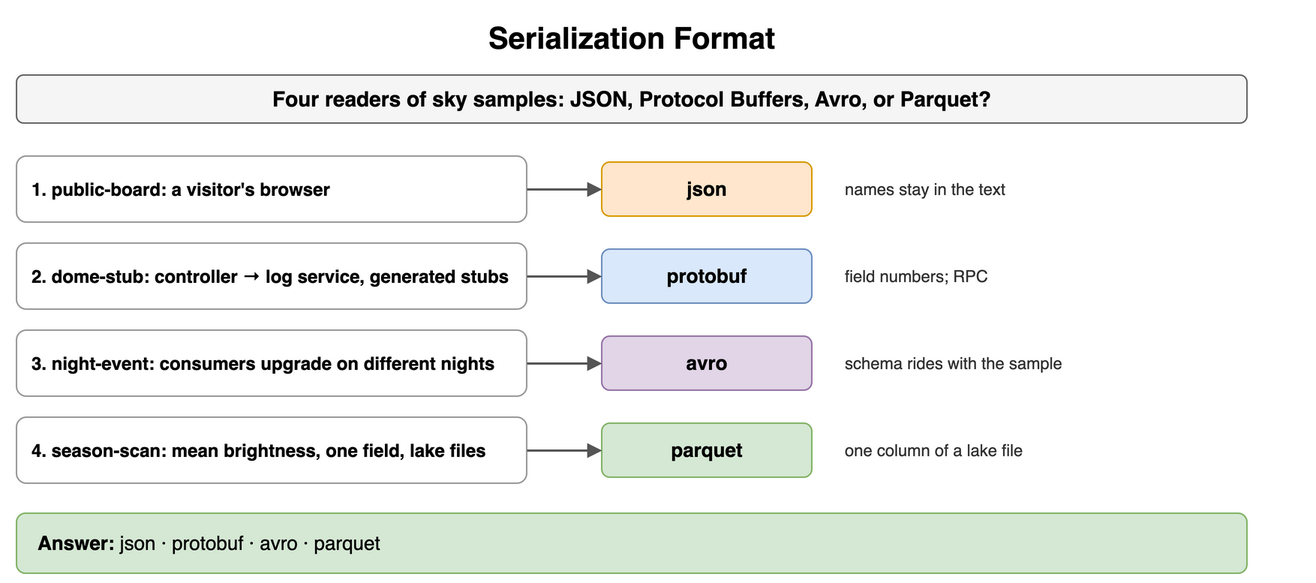
This is content/09_System_Design_Interview/14_Encoding_Serialization_and_Schema_Evolution/diagrams/encoding-drills-1-serialization-format.png from amendez13/swe-study-guide, a draw.io export, as it was before one commit. Source tidied: cells renumbered, new cells last; positions are measured from the earlier drawing's top-left corner, leaving out a move shared by most shapes. The source it was exported from:
```xml
<mxGraphModel>
  <root>
    <mxCell id="0" />
    <mxCell id="1" parent="0" />
    <mxCell id="2" value="Serialization Format" style="text;html=1;align=center;verticalAlign=middle;whiteSpace=wrap;fontSize=20;fontStyle=1;" parent="1" vertex="1">
      <mxGeometry width="820" height="30" as="geometry" />
    </mxCell>
    <mxCell id="3" value="Four readers of sky samples: JSON, Protocol Buffers, Avro, or Parquet?" style="rounded=1;whiteSpace=wrap;html=1;fillColor=#f5f5f5;strokeColor=#666666;fontStyle=1;fontSize=14;" parent="1" vertex="1">
      <mxGeometry y="40" width="820" height="32" as="geometry" />
    </mxCell>
    <mxCell id="4" value="1. public-board: a visitor's browser" style="rounded=1;whiteSpace=wrap;html=1;fillColor=#ffffff;strokeColor=#999999;fontSize=12;align=left;fontStyle=1;spacingLeft=8;" parent="1" vertex="1">
      <mxGeometry y="94" width="340" height="44" as="geometry" />
    </mxCell>
    <mxCell id="5" value="json" style="rounded=1;whiteSpace=wrap;html=1;fillColor=#ffe6cc;strokeColor=#d79b00;fontSize=13;align=center;fontStyle=1;" parent="1" vertex="1">
      <mxGeometry x="390" y="98" width="140" height="36" as="geometry" />
    </mxCell>
    <mxCell id="6" style="endArrow=block;endSize=6;html=1;strokeWidth=1.5;strokeColor=#555555;fontSize=11;labelBackgroundColor=#ffffff;" parent="1" edge="1" source="4" target="5">
      <mxGeometry relative="1" as="geometry" />
    </mxCell>
    <mxCell id="7" value="names stay in the text" style="text;html=1;whiteSpace=wrap;fontSize=11;align=left;verticalAlign=middle;fontSize=11;fontColor=#333333;" parent="1" vertex="1">
      <mxGeometry x="550" y="94" width="310" height="44" as="geometry" />
    </mxCell>
    <mxCell id="8" value="2. dome-stub: controller → log service, generated stubs" style="rounded=1;whiteSpace=wrap;html=1;fillColor=#ffffff;strokeColor=#999999;fontSize=12;align=left;fontStyle=1;spacingLeft=8;" parent="1" vertex="1">
      <mxGeometry y="152" width="340" height="44" as="geometry" />
    </mxCell>
    <mxCell id="9" value="protobuf" style="rounded=1;whiteSpace=wrap;html=1;fillColor=#dae8fc;strokeColor=#6c8ebf;fontSize=13;align=center;fontStyle=1;" parent="1" vertex="1">
      <mxGeometry x="390" y="156" width="140" height="36" as="geometry" />
    </mxCell>
    <mxCell id="10" style="endArrow=block;endSize=6;html=1;strokeWidth=1.5;strokeColor=#555555;fontSize=11;labelBackgroundColor=#ffffff;" parent="1" edge="1" source="8" target="9">
      <mxGeometry relative="1" as="geometry" />
    </mxCell>
    <mxCell id="11" value="field numbers; RPC" style="text;html=1;whiteSpace=wrap;fontSize=11;align=left;verticalAlign=middle;fontSize=11;fontColor=#333333;" parent="1" vertex="1">
      <mxGeometry x="550" y="152" width="310" height="44" as="geometry" />
    </mxCell>
    <mxCell id="12" value="3. night-event: consumers upgrade on different nights" style="rounded=1;whiteSpace=wrap;html=1;fillColor=#ffffff;strokeColor=#999999;fontSize=12;align=left;fontStyle=1;spacingLeft=8;" parent="1" vertex="1">
      <mxGeometry y="210" width="340" height="44" as="geometry" />
    </mxCell>
    <mxCell id="13" value="avro" style="rounded=1;whiteSpace=wrap;html=1;fillColor=#e1d5e7;strokeColor=#9673a6;fontSize=13;align=center;fontStyle=1;" parent="1" vertex="1">
      <mxGeometry x="390" y="214" width="140" height="36" as="geometry" />
    </mxCell>
    <mxCell id="14" style="endArrow=block;endSize=6;html=1;strokeWidth=1.5;strokeColor=#555555;fontSize=11;labelBackgroundColor=#ffffff;" parent="1" edge="1" source="12" target="13">
      <mxGeometry relative="1" as="geometry" />
    </mxCell>
    <mxCell id="15" value="schema rides with the sample" style="text;html=1;whiteSpace=wrap;fontSize=11;align=left;verticalAlign=middle;fontSize=11;fontColor=#333333;" parent="1" vertex="1">
      <mxGeometry x="550" y="210" width="310" height="44" as="geometry" />
    </mxCell>
    <mxCell id="16" value="4. season-scan: mean brightness, one field, lake files" style="rounded=1;whiteSpace=wrap;html=1;fillColor=#ffffff;strokeColor=#999999;fontSize=12;align=left;fontStyle=1;spacingLeft=8;" parent="1" vertex="1">
      <mxGeometry y="268" width="340" height="44" as="geometry" />
    </mxCell>
    <mxCell id="17" value="parquet" style="rounded=1;whiteSpace=wrap;html=1;fillColor=#d5e8d4;strokeColor=#82b366;fontSize=13;align=center;fontStyle=1;" parent="1" vertex="1">
      <mxGeometry x="390" y="272" width="140" height="36" as="geometry" />
    </mxCell>
    <mxCell id="18" style="endArrow=block;endSize=6;html=1;strokeWidth=1.5;strokeColor=#555555;fontSize=11;labelBackgroundColor=#ffffff;" parent="1" edge="1" source="16" target="17">
      <mxGeometry relative="1" as="geometry" />
    </mxCell>
    <mxCell id="19" value="one column of a lake file" style="text;html=1;whiteSpace=wrap;fontSize=11;align=left;verticalAlign=middle;fontSize=11;fontColor=#333333;" parent="1" vertex="1">
      <mxGeometry x="550" y="268" width="310" height="44" as="geometry" />
    </mxCell>
    <mxCell id="20" value="&lt;b&gt;Answer:&lt;/b&gt; json · protobuf · avro · parquet" style="rounded=1;whiteSpace=wrap;html=1;fillColor=#d5e8d4;strokeColor=#82b366;fontSize=13;align=left;spacingLeft=12;" parent="1" vertex="1">
      <mxGeometry y="332" width="820" height="40" as="geometry" />
    </mxCell>
  </root>
</mxGraphModel>
```
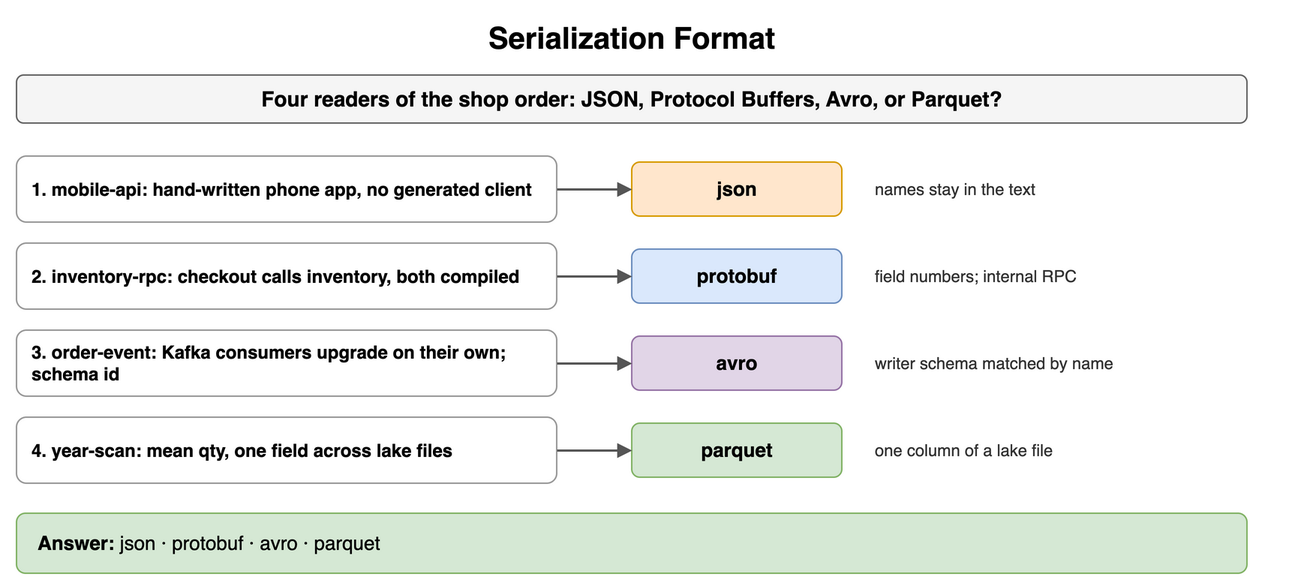
After the commit.

The edit, as a diff of the source:
```diff
@@ -3,13 +3,13 @@
     <mxCell id="0" />
     <mxCell id="1" parent="0" />
     <mxCell id="2" value="Serialization Format" style="text;html=1;align=center;verticalAlign=middle;whiteSpace=wrap;fontSize=20;fontStyle=1;" parent="1" vertex="1">
-      <mxGeometry width="820" height="30" as="geometry" />
+      <mxGeometry x="-20" width="820" height="30" as="geometry" />
     </mxCell>
-    <mxCell id="3" value="Four readers of sky samples: JSON, Protocol Buffers, Avro, or Parquet?" style="rounded=1;whiteSpace=wrap;html=1;fillColor=#f5f5f5;strokeColor=#666666;fontStyle=1;fontSize=14;" parent="1" vertex="1">
-      <mxGeometry y="40" width="820" height="32" as="geometry" />
+    <mxCell id="3" value="Four readers of the shop order: JSON, Protocol Buffers, Avro, or Parquet?" style="rounded=1;whiteSpace=wrap;html=1;fillColor=#f5f5f5;strokeColor=#666666;fontStyle=1;fontSize=14;" parent="1" vertex="1">
+      <mxGeometry x="-20" y="40" width="820" height="32" as="geometry" />
     </mxCell>
-    <mxCell id="4" value="1. public-board: a visitor's browser" style="rounded=1;whiteSpace=wrap;html=1;fillColor=#ffffff;strokeColor=#999999;fontSize=12;align=left;fontStyle=1;spacingLeft=8;" parent="1" vertex="1">
-      <mxGeometry y="94" width="340" height="44" as="geometry" />
+    <mxCell id="4" value="1. mobile-api: hand-written phone app, no generated client" style="rounded=1;whiteSpace=wrap;html=1;fillColor=#ffffff;strokeColor=#999999;fontSize=12;align=left;fontStyle=1;spacingLeft=8;" parent="1" vertex="1">
+      <mxGeometry x="-20" y="94" width="360" height="44" as="geometry" />
     </mxCell>
     <mxCell id="5" value="json" style="rounded=1;whiteSpace=wrap;html=1;fillColor=#ffe6cc;strokeColor=#d79b00;fontSize=13;align=center;fontStyle=1;" parent="1" vertex="1">
       <mxGeometry x="390" y="98" width="140" height="36" as="geometry" />
@@ -18,10 +18,10 @@
       <mxGeometry relative="1" as="geometry" />
     </mxCell>
     <mxCell id="7" value="names stay in the text" style="text;html=1;whiteSpace=wrap;fontSize=11;align=left;verticalAlign=middle;fontSize=11;fontColor=#333333;" parent="1" vertex="1">
-      <mxGeometry x="550" y="94" width="310" height="44" as="geometry" />
+      <mxGeometry x="550" y="94" width="290" height="44" as="geometry" />
     </mxCell>
-    <mxCell id="8" value="2. dome-stub: controller → log service, generated stubs" style="rounded=1;whiteSpace=wrap;html=1;fillColor=#ffffff;strokeColor=#999999;fontSize=12;align=left;fontStyle=1;spacingLeft=8;" parent="1" vertex="1">
-      <mxGeometry y="152" width="340" height="44" as="geometry" />
+    <mxCell id="8" value="2. inventory-rpc: checkout calls inventory, both compiled" style="rounded=1;whiteSpace=wrap;html=1;fillColor=#ffffff;strokeColor=#999999;fontSize=12;align=left;fontStyle=1;spacingLeft=8;" parent="1" vertex="1">
+      <mxGeometry x="-20" y="152" width="360" height="44" as="geometry" />
     </mxCell>
     <mxCell id="9" value="protobuf" style="rounded=1;whiteSpace=wrap;html=1;fillColor=#dae8fc;strokeColor=#6c8ebf;fontSize=13;align=center;fontStyle=1;" parent="1" vertex="1">
       <mxGeometry x="390" y="156" width="140" height="36" as="geometry" />
@@ -29,11 +29,11 @@
     <mxCell id="10" style="endArrow=block;endSize=6;html=1;strokeWidth=1.5;strokeColor=#555555;fontSize=11;labelBackgroundColor=#ffffff;" parent="1" edge="1" source="8" target="9">
       <mxGeometry relative="1" as="geometry" />
     </mxCell>
-    <mxCell id="11" value="field numbers; RPC" style="text;html=1;whiteSpace=wrap;fontSize=11;align=left;verticalAlign=middle;fontSize=11;fontColor=#333333;" parent="1" vertex="1">
-      <mxGeometry x="550" y="152" width="310" height="44" as="geometry" />
+    <mxCell id="11" value="field numbers; internal RPC" style="text;html=1;whiteSpace=wrap;fontSize=11;align=left;verticalAlign=middle;fontSize=11;fontColor=#333333;" parent="1" vertex="1">
+      <mxGeometry x="550" y="152" width="290" height="44" as="geometry" />
     </mxCell>
-    <mxCell id="12" value="3. night-event: consumers upgrade on different nights" style="rounded=1;whiteSpace=wrap;html=1;fillColor=#ffffff;strokeColor=#999999;fontSize=12;align=left;fontStyle=1;spacingLeft=8;" parent="1" vertex="1">
-      <mxGeometry y="210" width="340" height="44" as="geometry" />
+    <mxCell id="12" value="3. order-event: Kafka consumers upgrade on their own; schema id" style="rounded=1;whiteSpace=wrap;html=1;fillColor=#ffffff;strokeColor=#999999;fontSize=12;align=left;fontStyle=1;spacingLeft=8;" parent="1" vertex="1">
+      <mxGeometry x="-20" y="210" width="360" height="44" as="geometry" />
     </mxCell>
     <mxCell id="13" value="avro" style="rounded=1;whiteSpace=wrap;html=1;fillColor=#e1d5e7;strokeColor=#9673a6;fontSize=13;align=center;fontStyle=1;" parent="1" vertex="1">
       <mxGeometry x="390" y="214" width="140" height="36" as="geometry" />
@@ -41,11 +41,11 @@
     <mxCell id="14" style="endArrow=block;endSize=6;html=1;strokeWidth=1.5;strokeColor=#555555;fontSize=11;labelBackgroundColor=#ffffff;" parent="1" edge="1" source="12" target="13">
       <mxGeometry relative="1" as="geometry" />
     </mxCell>
-    <mxCell id="15" value="schema rides with the sample" style="text;html=1;whiteSpace=wrap;fontSize=11;align=left;verticalAlign=middle;fontSize=11;fontColor=#333333;" parent="1" vertex="1">
-      <mxGeometry x="550" y="210" width="310" height="44" as="geometry" />
+    <mxCell id="15" value="writer schema matched by name" style="text;html=1;whiteSpace=wrap;fontSize=11;align=left;verticalAlign=middle;fontSize=11;fontColor=#333333;" parent="1" vertex="1">
+      <mxGeometry x="550" y="210" width="290" height="44" as="geometry" />
     </mxCell>
-    <mxCell id="16" value="4. season-scan: mean brightness, one field, lake files" style="rounded=1;whiteSpace=wrap;html=1;fillColor=#ffffff;strokeColor=#999999;fontSize=12;align=left;fontStyle=1;spacingLeft=8;" parent="1" vertex="1">
-      <mxGeometry y="268" width="340" height="44" as="geometry" />
+    <mxCell id="16" value="4. year-scan: mean qty, one field across lake files" style="rounded=1;whiteSpace=wrap;html=1;fillColor=#ffffff;strokeColor=#999999;fontSize=12;align=left;fontStyle=1;spacingLeft=8;" parent="1" vertex="1">
+      <mxGeometry x="-20" y="268" width="360" height="44" as="geometry" />
     </mxCell>
     <mxCell id="17" value="parquet" style="rounded=1;whiteSpace=wrap;html=1;fillColor=#d5e8d4;strokeColor=#82b366;fontSize=13;align=center;fontStyle=1;" parent="1" vertex="1">
       <mxGeometry x="390" y="272" width="140" height="36" as="geometry" />
@@ -54,10 +54,10 @@
       <mxGeometry relative="1" as="geometry" />
     </mxCell>
     <mxCell id="19" value="one column of a lake file" style="text;html=1;whiteSpace=wrap;fontSize=11;align=left;verticalAlign=middle;fontSize=11;fontColor=#333333;" parent="1" vertex="1">
-      <mxGeometry x="550" y="268" width="310" height="44" as="geometry" />
+      <mxGeometry x="550" y="268" width="290" height="44" as="geometry" />
     </mxCell>
     <mxCell id="20" value="&lt;b&gt;Answer:&lt;/b&gt; json · protobuf · avro · parquet" style="rounded=1;whiteSpace=wrap;html=1;fillColor=#d5e8d4;strokeColor=#82b366;fontSize=13;align=left;spacingLeft=12;" parent="1" vertex="1">
-      <mxGeometry y="332" width="820" height="40" as="geometry" />
+      <mxGeometry x="-20" y="332" width="820" height="40" as="geometry" />
     </mxCell>
   </root>
 </mxGraphModel>
```
